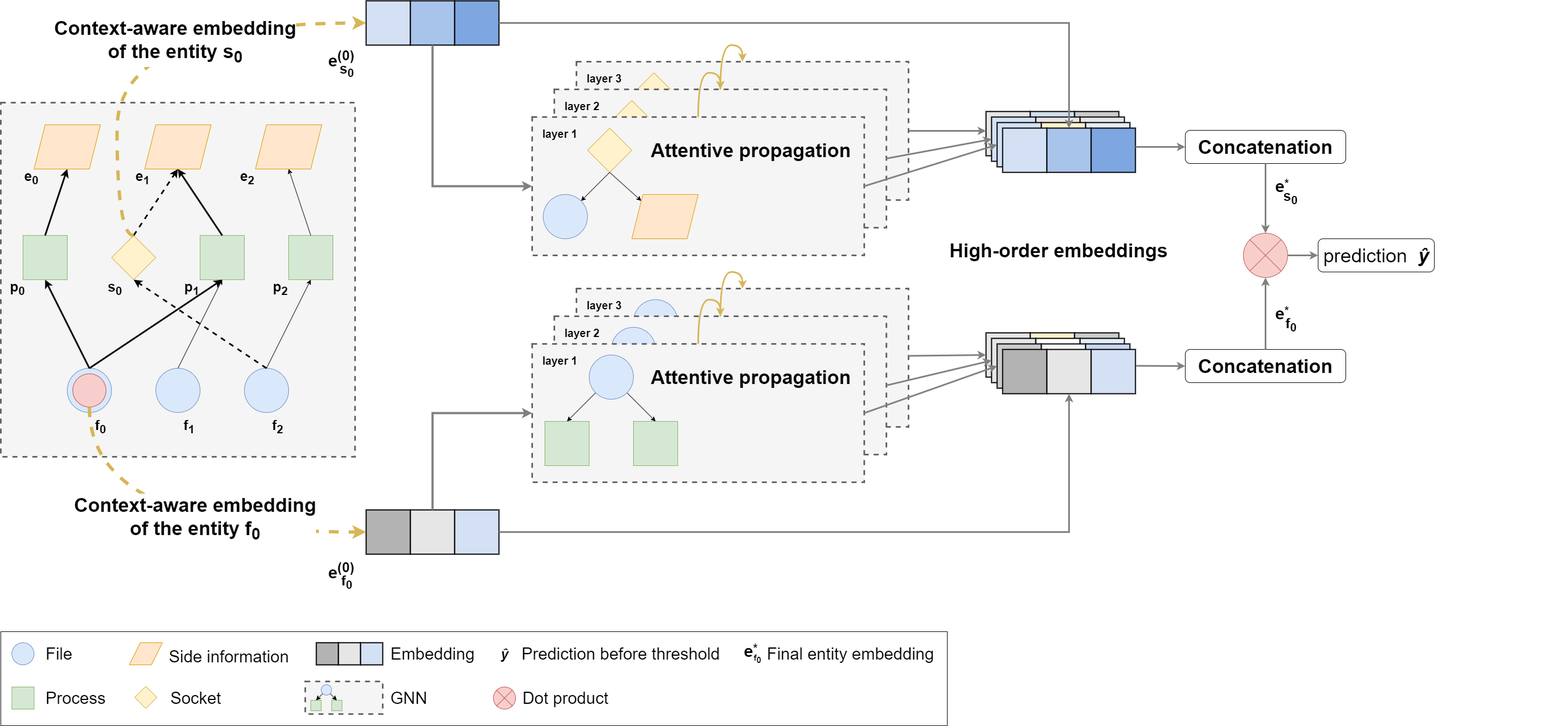
jctemp/paper-gnn-shadewatcher keeps this draw.io diagram as figures/shadewatcher-illustrations-arch-horizontal.drawio.png. Above is the earlier version. Source tidied: cells renumbered, new cells last; positions are measured from the earlier drawing's top-left corner, leaving out a move shared by most shapes.
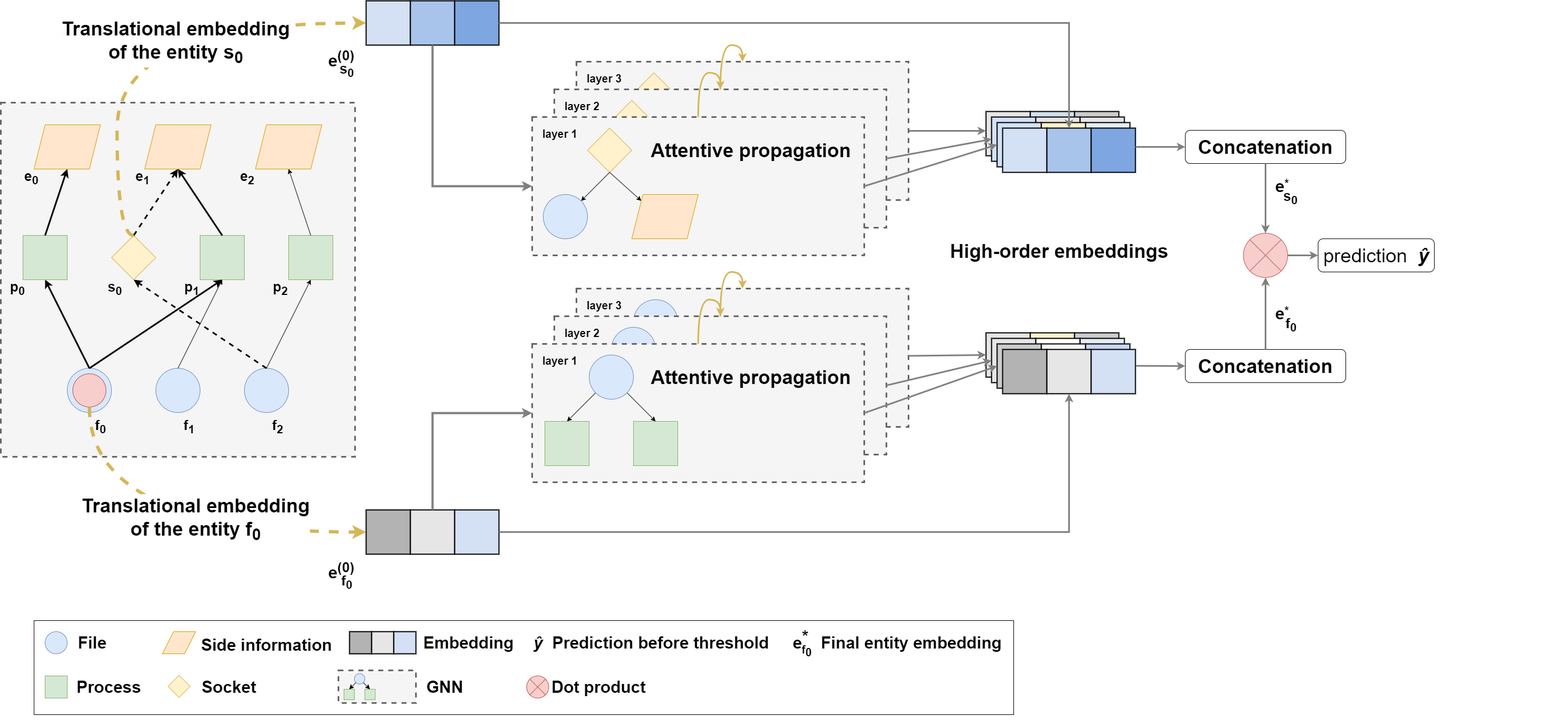
Above is the later version.

Diff of the diagram source:
```diff
@@ -7,5 +7,2 @@
     </mxCell>
-    <mxCell id="3" style="rounded=0;whiteSpace=wrap;html=1;" parent="2" vertex="1">
-      <mxGeometry y="1140" width="1710" height="170" as="geometry" />
-    </mxCell>
     <mxCell id="4" style="group;" parent="2" vertex="1">
@@ -222,3 +219,3 @@
     </mxCell>
-    <mxCell id="74" value="&lt;b style=&quot;border-color: var(--border-color);&quot;&gt;&lt;font style=&quot;border-color: var(--border-color); font-size: 25px;&quot;&gt;&lt;b style=&quot;border-color: var(--border-color); font-size: 35px;&quot;&gt;&lt;font style=&quot;border-color: var(--border-color);&quot;&gt;Context-aware embedding&lt;br style=&quot;border-color: var(--border-color);&quot;&gt;of&amp;nbsp;the entity f&lt;sub style=&quot;border-color: var(--border-color);&quot;&gt;0&lt;/sub&gt;&lt;/font&gt;&lt;/b&gt;&lt;br&gt;&lt;/font&gt;&lt;/b&gt;" style="edgeLabel;html=1;align=center;verticalAlign=middle;" parent="73" vertex="1">
+    <mxCell id="74" value="&lt;b style=&quot;border-color: var(--border-color);&quot;&gt;&lt;font style=&quot;border-color: var(--border-color); font-size: 25px;&quot;&gt;&lt;b style=&quot;border-color: var(--border-color); font-size: 35px;&quot;&gt;&lt;font style=&quot;border-color: var(--border-color);&quot;&gt;Translational embedding&lt;br style=&quot;border-color: var(--border-color);&quot;&gt;of&amp;nbsp;the entity f&lt;sub style=&quot;border-color: var(--border-color);&quot;&gt;0&lt;/sub&gt;&lt;/font&gt;&lt;/b&gt;&lt;br&gt;&lt;/font&gt;&lt;/b&gt;" style="edgeLabel;html=1;align=center;verticalAlign=middle;" parent="73" vertex="1">
       <mxGeometry x="0.21" y="28" relative="1" as="geometry">
@@ -259,3 +256,3 @@
     </mxCell>
-    <mxCell id="84" value="&lt;b style=&quot;border-color: var(--border-color); font-size: 35px;&quot;&gt;&lt;font style=&quot;border-color: var(--border-color); font-size: 35px;&quot;&gt;Context-aware embedding&lt;br&gt;of&amp;nbsp;the entity s&lt;sub&gt;0&lt;/sub&gt;&lt;br&gt;&lt;/font&gt;&lt;/b&gt;" style="edgeLabel;html=1;align=center;verticalAlign=middle;" parent="83" vertex="1">
+    <mxCell id="84" value="&lt;b style=&quot;border-color: var(--border-color); font-size: 35px;&quot;&gt;&lt;font style=&quot;border-color: var(--border-color); font-size: 35px;&quot;&gt;&lt;b style=&quot;border-color: var(--border-color); background-color: rgb(251, 251, 251); font-size: 11px;&quot;&gt;&lt;font style=&quot;border-color: var(--border-color); font-size: 25px;&quot;&gt;&lt;b style=&quot;border-color: var(--border-color); font-size: 35px;&quot;&gt;Translational embedding&lt;/b&gt;&lt;/font&gt;&lt;/b&gt;&lt;br&gt;of&amp;nbsp;the entity s&lt;sub&gt;0&lt;/sub&gt;&lt;br&gt;&lt;/font&gt;&lt;/b&gt;" style="edgeLabel;html=1;align=center;verticalAlign=middle;" parent="83" vertex="1">
       <mxGeometry x="0.46" y="-20" relative="1" as="geometry">
@@ -491,41 +488,2 @@
     </mxCell>
-    <mxCell id="152" style="ellipse;whiteSpace=wrap;html=1;fillColor=#dae8fc;strokeColor=#6c8ebf;" parent="2" vertex="1">
-      <mxGeometry x="20" y="1160" width="40" height="40" as="geometry" />
-    </mxCell>
-    <mxCell id="153" style="whiteSpace=wrap;html=1;fillColor=#d5e8d4;strokeColor=#82b366;" parent="2" vertex="1">
-      <mxGeometry x="20" y="1240" width="40" height="40" as="geometry" />
-    </mxCell>
-    <mxCell id="154" style="shape=parallelogram;perimeter=parallelogramPerimeter;whiteSpace=wrap;html=1;fixedSize=1;fillColor=#ffe6cc;strokeColor=#d79b00;" parent="2" vertex="1">
-      <mxGeometry x="232" y="1160" width="60" height="40" as="geometry" />
-    </mxCell>
-    <mxCell id="155" style="rhombus;whiteSpace=wrap;html=1;fillColor=#fff2cc;strokeColor=#d6b656;" parent="2" vertex="1">
-      <mxGeometry x="242" y="1238.8" width="40" height="40" as="geometry" />
-    </mxCell>
-    <mxCell id="156" style="group;" parent="2" vertex="1">
-      <mxGeometry x="570" y="1160" width="120" height="40" as="geometry" />
-    </mxCell>
-    <mxCell id="157" style="whiteSpace=wrap;html=1;fillColor=#B3B3B3;strokeWidth=2;" parent="156" vertex="1">
-      <mxGeometry width="40" height="40" as="geometry" />
-    </mxCell>
-    <mxCell id="158" style="whiteSpace=wrap;html=1;fillColor=#E6E6E6;strokeWidth=2;" parent="156" vertex="1">
-      <mxGeometry x="40" width="40" height="40" as="geometry" />
-    </mxCell>
-    <mxCell id="159" style="whiteSpace=wrap;html=1;fillColor=#D4E1F5;strokeWidth=2;" parent="156" vertex="1">
-      <mxGeometry x="80" width="40" height="40" as="geometry" />
-    </mxCell>
-    <mxCell id="160" value="File" style="text;html=1;align=center;verticalAlign=middle;strokeColor=none;fillColor=none;fontSize=30;" parent="2" vertex="1">
-      <mxGeometry x="70" y="1155" width="70" height="50" as="geometry" />
-    </mxCell>
-    <mxCell id="161" value="Process" style="text;html=1;align=center;verticalAlign=middle;strokeColor=none;fillColor=none;fontSize=30;" parent="2" vertex="1">
-      <mxGeometry x="70" y="1235" width="130" height="50" as="geometry" />
-    </mxCell>
-    <mxCell id="162" value="Side information" style="text;html=1;align=center;verticalAlign=middle;strokeColor=none;fillColor=none;fontSize=30;" parent="2" vertex="1">
-      <mxGeometry x="292" y="1159.7" width="240" height="50" as="geometry" />
-    </mxCell>
-    <mxCell id="163" value="Socket" style="text;html=1;align=center;verticalAlign=middle;strokeColor=none;fillColor=none;fontSize=30;" parent="2" vertex="1">
-      <mxGeometry x="292" y="1235" width="120" height="50" as="geometry" />
-    </mxCell>
-    <mxCell id="164" value="Embedding" style="text;html=1;align=center;verticalAlign=middle;strokeColor=none;fillColor=none;fontSize=30;" parent="2" vertex="1">
-      <mxGeometry x="690" y="1154.7" width="180" height="50" as="geometry" />
-    </mxCell>
     <mxCell id="165" style="edgeStyle=orthogonalEdgeStyle;rounded=0;jettySize=auto;html=1;exitX=0.5;exitY=0;exitDx=0;exitDy=0;entryX=0.5;entryY=1;entryDx=0;entryDy=0;strokeWidth=3;strokeColor=#808080;" parent="2" edge="1" source="147" target="150">
@@ -543,14 +501,2 @@
     </mxCell>
-    <mxCell id="168" style="shape=sumEllipse;perimeter=ellipsePerimeter;whiteSpace=wrap;html=1;backgroundOutline=1;fillColor=#f8cecc;strokeColor=#b85450;" parent="2" vertex="1">
-      <mxGeometry x="890" y="1240" width="40" height="40" as="geometry" />
-    </mxCell>
-    <mxCell id="169" value="Dot product" style="text;html=1;align=center;verticalAlign=middle;strokeColor=none;fillColor=none;fontSize=30;" parent="2" vertex="1">
-      <mxGeometry x="930" y="1235" width="180" height="50" as="geometry" />
-    </mxCell>
-    <mxCell id="170" value="&lt;i&gt;&lt;font style=&quot;font-size: 25px;&quot;&gt;&lt;b&gt;ŷ&lt;/b&gt;&lt;/font&gt;&lt;/i&gt;" style="text;html=1;align=center;verticalAlign=middle;strokeColor=none;fillColor=none;" parent="2" vertex="1">
-      <mxGeometry x="890" y="1159.7" width="40" height="40" as="geometry" />
-    </mxCell>
-    <mxCell id="171" value="Prediction before threshold" style="text;html=1;align=center;verticalAlign=middle;strokeColor=none;fillColor=none;fontSize=30;" parent="2" vertex="1">
-      <mxGeometry x="930" y="1155" width="380" height="50" as="geometry" />
-    </mxCell>
     <mxCell id="172" value="&lt;b style=&quot;border-color: var(--border-color);&quot;&gt;&lt;font style=&quot;border-color: var(--border-color); font-size: 35px;&quot;&gt;High-order embeddings&lt;/font&gt;&lt;/b&gt;" style="edgeLabel;html=1;align=center;verticalAlign=middle;" parent="2" vertex="1">
@@ -582,44 +528,95 @@
     </mxCell>
-    <mxCell id="181" style="group;" parent="2" vertex="1">
-      <mxGeometry x="550" y="1230" width="140" height="58.8" as="geometry" />
-    </mxCell>
-    <mxCell id="182" style="edgeStyle=none;rounded=0;orthogonalLoop=1;jettySize=auto;html=1;exitX=0;exitY=1;exitDx=0;exitDy=0;entryX=0.5;entryY=0;entryDx=0;entryDy=0;" parent="181" edge="1">
-      <mxGeometry relative="1" as="geometry">
-        <mxPoint x="22.2" y="33.7" as="sourcePoint" />
-        <mxPoint x="10" y="45.9" as="targetPoint" />
-      </mxGeometry>
-    </mxCell>
-    <mxCell id="183" style="rounded=0;whiteSpace=wrap;html=1;fillColor=#f5f5f5;fontColor=#333333;strokeColor=#666666;dashed=1;strokeWidth=3;" parent="181" vertex="1">
-      <mxGeometry width="140" height="58.8" as="geometry" />
-    </mxCell>
-    <mxCell id="184" style="whiteSpace=wrap;html=1;fillColor=#d5e8d4;strokeColor=#82b366;" parent="181" vertex="1">
-      <mxGeometry x="10" y="34.1" width="18.8" height="18.8" as="geometry" />
-    </mxCell>
-    <mxCell id="185" style="whiteSpace=wrap;html=1;fillColor=#d5e8d4;strokeColor=#82b366;" parent="181" vertex="1">
-      <mxGeometry x="47.6" y="34.1" width="18.8" height="18.8" as="geometry" />
-    </mxCell>
-    <mxCell id="186" style="edgeStyle=none;rounded=0;jettySize=auto;html=1;exitX=0;exitY=1;exitDx=0;exitDy=0;entryX=0.5;entryY=0;entryDx=0;entryDy=0;" parent="181" edge="1" source="188" target="184">
-      <mxGeometry relative="1" as="geometry" />
-    </mxCell>
-    <mxCell id="187" style="edgeStyle=none;rounded=0;jettySize=auto;html=1;exitX=1;exitY=1;exitDx=0;exitDy=0;entryX=0.5;entryY=0;entryDx=0;entryDy=0;" parent="181" edge="1" source="188" target="185">
-      <mxGeometry relative="1" as="geometry" />
-    </mxCell>
-    <mxCell id="188" style="ellipse;whiteSpace=wrap;html=1;fillColor=#dae8fc;strokeColor=#6c8ebf;" parent="181" vertex="1">
-      <mxGeometry x="28.8" y="5.9" width="18.8" height="18.8" as="geometry" />
-    </mxCell>
+    <mxCell id="194" style="group;" parent="2" vertex="1">
+      <mxGeometry x="60" y="1120" width="1770" height="170" as="geometry" />
+    </mxCell>
+    <mxCell id="195" style="group;fillColor=#f5f5f5;fontColor=#333333;strokeColor=#666666;fontSize=30;fontStyle=1;" parent="194" vertex="1">
+      <mxGeometry width="1710" height="170" as="geometry" />
+    </mxCell>
+    <mxCell id="196" style="rounded=0;whiteSpace=wrap;html=1;fontSize=30;fontStyle=1;" parent="194" vertex="1">
+      <mxGeometry width="1770" height="170" as="geometry" />
+    </mxCell>
+    <mxCell id="197" style="ellipse;whiteSpace=wrap;html=1;fillColor=#dae8fc;strokeColor=#6c8ebf;fontSize=30;fontStyle=1;" parent="194" vertex="1">
+      <mxGeometry x="20" y="20" width="40" height="40" as="geometry" />
+    </mxCell>
+    <mxCell id="198" style="whiteSpace=wrap;html=1;fillColor=#d5e8d4;strokeColor=#82b366;fontSize=30;fontStyle=1;" parent="194" vertex="1">
+      <mxGeometry x="20" y="100" width="40" height="40" as="geometry" />
+    </mxCell>
+    <mxCell id="199" style="shape=parallelogram;perimeter=parallelogramPerimeter;whiteSpace=wrap;html=1;fixedSize=1;fillColor=#ffe6cc;strokeColor=#d79b00;fontSize=30;fontStyle=1;" parent="194" vertex="1">
+      <mxGeometry x="232" y="20" width="60" height="40" as="geometry" />
+    </mxCell>
+    <mxCell id="200" style="rhombus;whiteSpace=wrap;html=1;fillColor=#fff2cc;strokeColor=#d6b656;fontSize=30;fontStyle=1;" parent="194" vertex="1">
+      <mxGeometry x="242" y="98.8" width="40" height="40" as="geometry" />
+    </mxCell>
+    <mxCell id="160" value="File" style="text;html=1;align=center;verticalAlign=middle;strokeColor=none;fillColor=none;fontSize=30;fontStyle=1;" parent="194" vertex="1">
+      <mxGeometry x="65" y="15" width="80" height="50" as="geometry" />
+    </mxCell>
+    <mxCell id="161" value="Process" style="text;html=1;align=center;verticalAlign=middle;strokeColor=none;fillColor=none;fontSize=30;fontStyle=1;" parent="194" vertex="1">
+      <mxGeometry x="65" y="95" width="140" height="50" as="geometry" />
+    </mxCell>
+    <mxCell id="162" value="Side information" style="text;html=1;align=center;verticalAlign=middle;strokeColor=none;fillColor=none;fontSize=30;fontStyle=1;" parent="194" vertex="1">
+      <mxGeometry x="290" y="19.4" width="260" height="50" as="geometry" />
+    </mxCell>
+    <mxCell id="163" value="Socket" style="text;html=1;align=center;verticalAlign=middle;strokeColor=none;fillColor=none;fontSize=30;fontStyle=1;" parent="194" vertex="1">
+      <mxGeometry x="292" y="95" width="120" height="50" as="geometry" />
+    </mxCell>
+    <mxCell id="164" value="Embedding" style="text;html=1;align=center;verticalAlign=middle;strokeColor=none;fillColor=none;fontSize=30;fontStyle=1;" parent="194" vertex="1">
+      <mxGeometry x="690" y="14.7" width="190" height="50" as="geometry" />
+    </mxCell>
+    <mxCell id="201" style="shape=sumEllipse;perimeter=ellipsePerimeter;whiteSpace=wrap;html=1;backgroundOutline=1;fillColor=#f8cecc;strokeColor=#b85450;fontSize=30;fontStyle=1;" parent="194" vertex="1">
+      <mxGeometry x="890" y="100" width="40" height="40" as="geometry" />
+    </mxCell>
+    <mxCell id="169" value="Dot product" style="text;html=1;align=center;verticalAlign=middle;strokeColor=none;fillColor=none;fontSize=30;fontStyle=1;" parent="194" vertex="1">
+      <mxGeometry x="925" y="95" width="190" height="50" as="geometry" />
+    </mxCell>
+    <mxCell id="170" value="&lt;i style=&quot;font-size: 30px;&quot;&gt;&lt;font style=&quot;font-size: 30px;&quot;&gt;&lt;span style=&quot;font-size: 30px;&quot;&gt;ŷ&lt;/span&gt;&lt;/font&gt;&lt;/i&gt;" style="text;html=1;align=center;verticalAlign=middle;strokeColor=none;fillColor=none;fontSize=30;fontStyle=1;" parent="194" vertex="1">
+      <mxGeometry x="890" y="14.7" width="40" height="50" as="geometry" />
+    </mxCell>
+    <mxCell id="171" value="Prediction before threshold" style="text;html=1;align=center;verticalAlign=middle;strokeColor=none;fillColor=none;fontSize=30;fontStyle=1;" parent="194" vertex="1">
+      <mxGeometry x="922.2" y="14.7" width="420" height="50" as="geometry" />
+    </mxCell>
-    <mxCell id="189" value="GNN" style="text;html=1;align=center;verticalAlign=middle;strokeColor=none;fillColor=none;fontSize=30;" parent="2" vertex="1">
-      <mxGeometry x="692" y="1235" width="90" height="50" as="geometry" />
+    <mxCell id="189" value="GNN" style="text;html=1;align=center;verticalAlign=middle;strokeColor=none;fillColor=none;fontSize=30;fontStyle=1;" parent="194" vertex="1">
+      <mxGeometry x="697" y="95" width="90" height="50" as="geometry" />
     </mxCell>
-    <mxCell id="190" style="group;" parent="2" vertex="1">
-      <mxGeometry x="1330" y="1150.1" width="57.2" height="59.3" as="geometry" />
-    </mxCell>
+    <mxCell id="193" value="Final entity embedding" style="text;html=1;align=center;verticalAlign=middle;strokeColor=none;fillColor=none;fontSize=30;fontStyle=1;" parent="194" vertex="1">
+      <mxGeometry x="1410" y="14.7" width="350" height="50" as="geometry" />
+    </mxCell>
+    <mxCell id="202" style="whiteSpace=wrap;html=1;fillColor=#B3B3B3;strokeWidth=2;fontSize=30;fontStyle=1;" parent="194" vertex="1">
+      <mxGeometry x="570" y="20" width="40" height="40" as="geometry" />
+    </mxCell>
+    <mxCell id="203" style="whiteSpace=wrap;html=1;fillColor=#E6E6E6;strokeWidth=2;fontSize=30;fontStyle=1;" parent="194" vertex="1">
+      <mxGeometry x="610" y="20" width="40" height="40" as="geometry" />
+    </mxCell>
+    <mxCell id="204" style="whiteSpace=wrap;html=1;fillColor=#D4E1F5;strokeWidth=2;fontSize=30;fontStyle=1;" parent="194" vertex="1">
+      <mxGeometry x="650" y="20" width="40" height="40" as="geometry" />
+    </mxCell>
+    <mxCell id="205" style="edgeStyle=none;rounded=0;orthogonalLoop=1;jettySize=auto;html=1;exitX=0;exitY=1;exitDx=0;exitDy=0;entryX=0.5;entryY=0;entryDx=0;entryDy=0;fontSize=30;fontStyle=1;" parent="194" edge="1">
+      <mxGeometry relative="1" as="geometry">
+        <mxPoint x="572.2" y="123.7" as="sourcePoint" />
+        <mxPoint x="560" y="135.9" as="targetPoint" />
+      </mxGeometry>
+    </mxCell>
+    <mxCell id="206" style="rounded=0;whiteSpace=wrap;html=1;fillColor=#f5f5f5;fontColor=#333333;strokeColor=#666666;dashed=1;strokeWidth=3;fontSize=30;fontStyle=1;" parent="194" vertex="1">
+      <mxGeometry x="550" y="90" width="140" height="58.8" as="geometry" />
+    </mxCell>
+    <mxCell id="207" style="whiteSpace=wrap;html=1;fillColor=#d5e8d4;strokeColor=#82b366;fontSize=30;fontStyle=1;" parent="194" vertex="1">
+      <mxGeometry x="560" y="124.1" width="18.8" height="18.8" as="geometry" />
+    </mxCell>
+    <mxCell id="208" style="whiteSpace=wrap;html=1;fillColor=#d5e8d4;strokeColor=#82b366;fontSize=30;fontStyle=1;" parent="194" vertex="1">
+      <mxGeometry x="597.7" y="124.1" width="18.8" height="18.8" as="geometry" />
+    </mxCell>
+    <mxCell id="209" style="edgeStyle=none;rounded=0;jettySize=auto;html=1;exitX=0;exitY=1;exitDx=0;exitDy=0;entryX=0.5;entryY=0;entryDx=0;entryDy=0;fontSize=30;fontStyle=1;" parent="194" edge="1" source="211" target="207">
+      <mxGeometry relative="1" as="geometry" />
+    </mxCell>
+    <mxCell id="210" style="edgeStyle=none;rounded=0;jettySize=auto;html=1;exitX=1;exitY=1;exitDx=0;exitDy=0;entryX=0.5;entryY=0;entryDx=0;entryDy=0;fontSize=30;fontStyle=1;" parent="194" edge="1" source="211" target="208">
+      <mxGeometry relative="1" as="geometry" />
+    </mxCell>
+    <mxCell id="211" style="ellipse;whiteSpace=wrap;html=1;fillColor=#dae8fc;strokeColor=#6c8ebf;fontSize=30;fontStyle=1;" parent="194" vertex="1">
+      <mxGeometry x="578.8" y="95.9" width="18.8" height="18.8" as="geometry" />
+    </mxCell>
-    <mxCell id="191" value="&lt;font style=&quot;&quot;&gt;&lt;b style=&quot;&quot;&gt;&lt;font style=&quot;font-size: 30px;&quot;&gt;e&lt;/font&gt;&lt;font style=&quot;font-size: 25px;&quot;&gt;&lt;sup&gt;*&lt;/sup&gt;&lt;/font&gt;&lt;/b&gt;&lt;/font&gt;" style="text;html=1;align=center;verticalAlign=middle;strokeColor=none;fillColor=none;" parent="190" vertex="1">
-      <mxGeometry width="50" height="50" as="geometry" />
+    <mxCell id="191" value="&lt;font style=&quot;font-size: 30px;&quot;&gt;&lt;span style=&quot;font-size: 30px;&quot;&gt;&lt;font style=&quot;font-size: 30px;&quot;&gt;e&lt;/font&gt;&lt;font style=&quot;font-size: 30px;&quot;&gt;&lt;sup style=&quot;font-size: 30px;&quot;&gt;*&lt;/sup&gt;&lt;/font&gt;&lt;/span&gt;&lt;/font&gt;" style="text;html=1;align=center;verticalAlign=middle;strokeColor=none;fillColor=none;fontSize=30;fontStyle=1;" parent="194" vertex="1">
+      <mxGeometry x="1360" y="5" width="50" height="60" as="geometry" />
     </mxCell>
-    <mxCell id="192" value="&lt;font style=&quot;font-size: 15px;&quot;&gt;&lt;b style=&quot;font-size: 15px;&quot;&gt;&lt;font style=&quot;font-size: 15px;&quot;&gt;f&lt;sub style=&quot;font-size: 15px;&quot;&gt;0&lt;/sub&gt;&lt;/font&gt;&lt;/b&gt;&lt;/font&gt;" style="text;html=1;align=center;verticalAlign=middle;strokeColor=none;fillColor=none;fontSize=15;" parent="190" vertex="1">
-      <mxGeometry x="17.2" y="19.3" width="40" height="40" as="geometry" />
+    <mxCell id="192" value="&lt;font style=&quot;font-size: 20px;&quot;&gt;&lt;span style=&quot;font-size: 20px;&quot;&gt;&lt;font style=&quot;font-size: 20px;&quot;&gt;f&lt;sub style=&quot;font-size: 20px;&quot;&gt;0&lt;/sub&gt;&lt;/font&gt;&lt;/span&gt;&lt;/font&gt;" style="text;html=1;align=center;verticalAlign=middle;strokeColor=none;fillColor=none;fontSize=20;fontStyle=1;" parent="194" vertex="1">
+      <mxGeometry x="1376.2" y="35" width="40" height="40" as="geometry" />
     </mxCell>
-    <mxCell id="193" value="Final entity embedding" style="text;html=1;align=center;verticalAlign=middle;strokeColor=none;fillColor=none;fontSize=30;" parent="2" vertex="1">
-      <mxGeometry x="1370" y="1154.7" width="330" height="50" as="geometry" />
-    </mxCell>
   </root>
```
